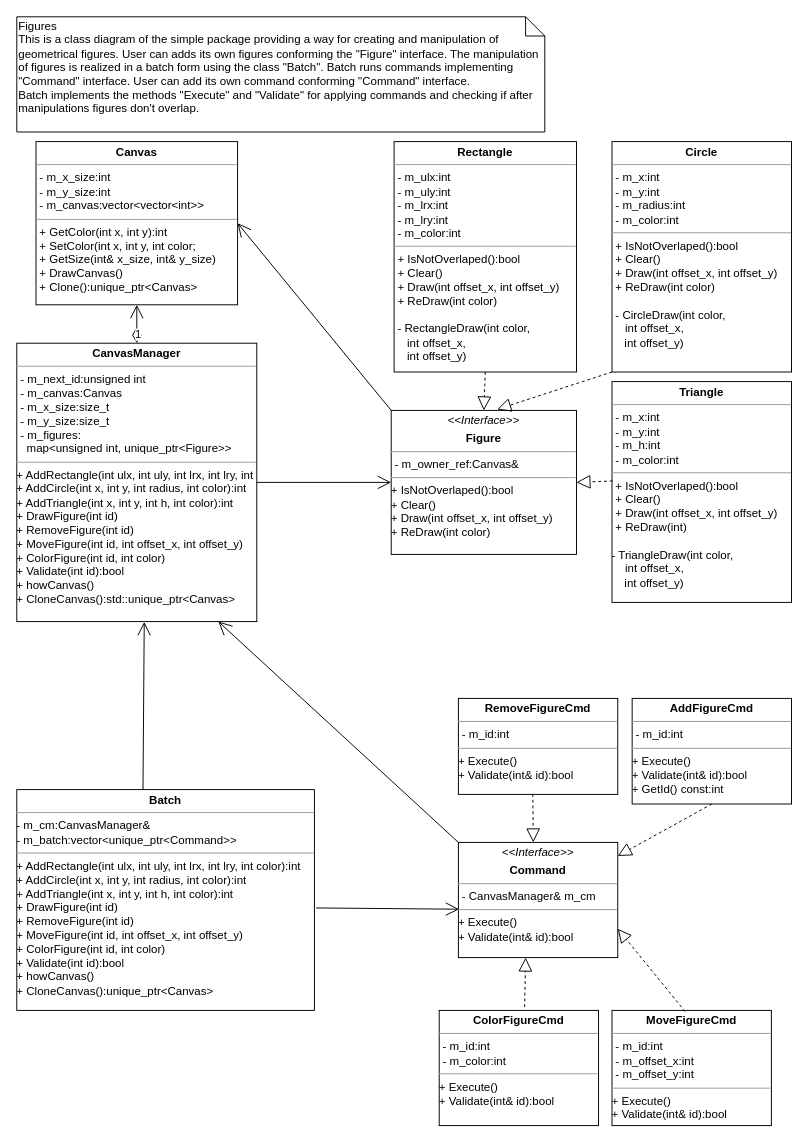
The draw.io diagram docs/figure_class.drawio in slawek-m/figures, before the edit. Source tidied: cells renumbered, new cells numbered last; positions are measured from the earlier drawing's top-left corner, leaving out a move shared by most shapes. Both pictures are drawn from the tidied source at 96%, with x=0, y=0 at pixel (16, 16).
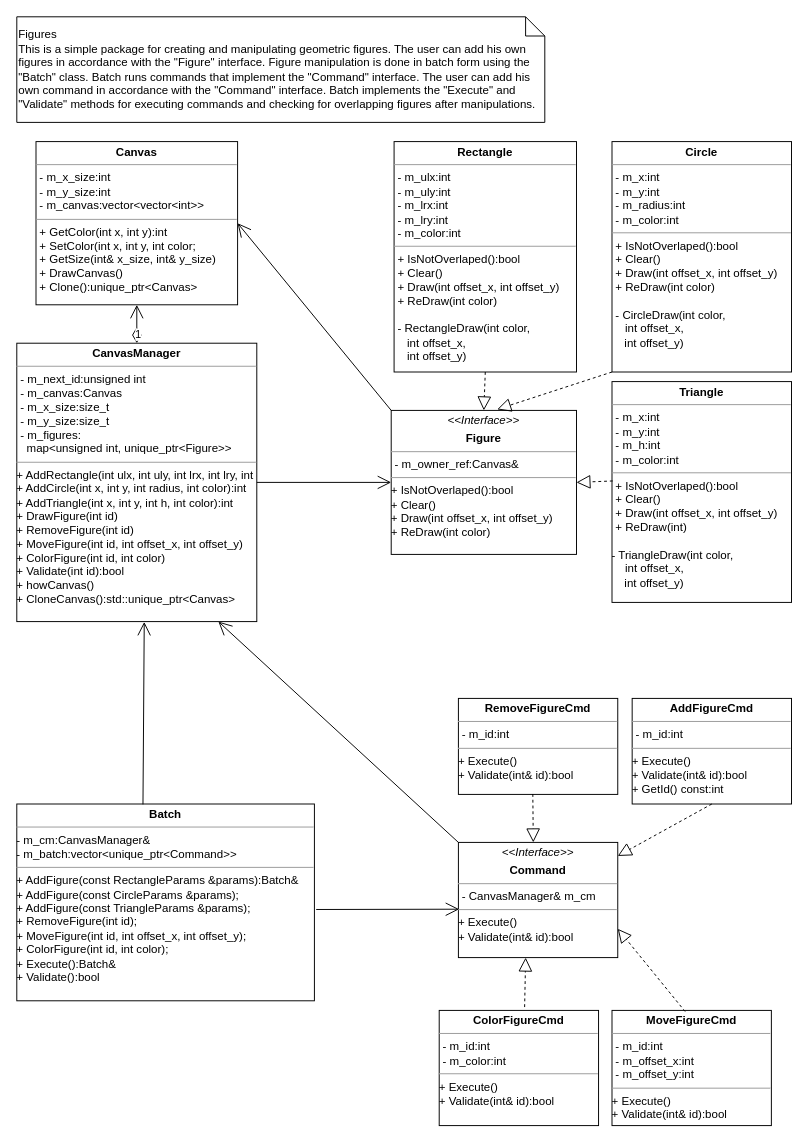
The same page after the edit.

What changed in the source:
```diff
@@
-    <mxCell id="23" value="&lt;p style=&quot;margin:0px;margin-top:4px;text-align:center;&quot;&gt;&lt;b&gt;Batch&lt;/b&gt;&lt;br&gt;&lt;/p&gt;&lt;hr size=&quot;1&quot;&gt;- m_cm:CanvasManager&amp;amp;&lt;br&gt;- m_batch:vector&amp;lt;unique_ptr&amp;lt;Command&amp;gt;&amp;gt;&lt;hr size=&quot;1&quot;&gt;+ AddRectangle(int ulx, int uly, int lrx, int lry, int color):int&lt;br&gt;+ AddCircle(int x, int y, int radius, int color):int&lt;br&gt;+ AddTriangle(int x, int y, int h, int color):int&lt;br&gt;+ DrawFigure(int id)&lt;br&gt;+ RemoveFigure(int id)&lt;br&gt;+ MoveFigure(int id, int offset_x, int offset_y)&lt;br&gt;+ ColorFigure(int id, int color)&lt;br&gt;+ Validate(int id):bool&lt;br&gt;+ howCanvas()&lt;br&gt;+ CloneCanvas():unique_ptr&amp;lt;Canvas&amp;gt;" style="verticalAlign=top;align=left;overflow=fill;fontSize=12;fontFamily=Helvetica;html=1;" parent="1" vertex="1">
-      <mxGeometry y="805" width="310" height="230" as="geometry" />
+    <mxCell id="23" value="&lt;p style=&quot;margin:0px;margin-top:4px;text-align:center;&quot;&gt;&lt;b&gt;Batch&lt;/b&gt;&lt;br&gt;&lt;/p&gt;&lt;hr size=&quot;1&quot;&gt;- m_cm:CanvasManager&amp;amp;&lt;br&gt;- m_batch:vector&amp;lt;unique_ptr&amp;lt;Command&amp;gt;&amp;gt;&lt;hr size=&quot;1&quot;&gt;+ AddFigure(const RectangleParams &amp;amp;params):Batch&amp;amp;&lt;br&gt;+ AddFigure(const CircleParams &amp;amp;params);&lt;br&gt;+ AddFigure(const TriangleParams &amp;amp;params);&lt;br&gt;+ RemoveFigure(int id);&lt;br&gt;+ MoveFigure(int id, int offset_x, int offset_y);&lt;br&gt;+ ColorFigure(int id, int color);&lt;br&gt;+ Execute():Batch&amp;amp;&lt;br&gt;+ Validate():bool" style="verticalAlign=top;align=left;overflow=fill;fontSize=12;fontFamily=Helvetica;html=1;" parent="1" vertex="1">
+      <mxGeometry y="820" width="310" height="205" as="geometry" />
     </mxCell>
@@
-    <mxCell id="27" value="&lt;div align=&quot;left&quot;&gt;Figures&lt;/div&gt;&lt;div align=&quot;left&quot;&gt;This is a class diagram of the simple package providing a way for creating and manipulation of geometrical figures. User can adds its own figures conforming the &quot;Figure&quot; interface. The manipulation of figures is realized in a batch form using the class &quot;Batch&quot;. Batch runs commands implementing &quot;Command&quot; interface. User can add its own command conforming &quot;Command&quot; interface.&lt;/div&gt;&lt;div align=&quot;left&quot;&gt;Batch implements the methods &quot;Execute&quot; and &quot;Validate&quot; for applying commands and checking if after manipulations figures don't overlap. &lt;br&gt;&lt;/div&gt;&lt;div align=&quot;left&quot;&gt;&lt;br&gt;&lt;/div&gt;" style="shape=note;size=20;whiteSpace=wrap;html=1;align=left;" parent="1" vertex="1">
-      <mxGeometry width="550" height="120" as="geometry" />
+    <mxCell id="27" value="&lt;div align=&quot;left&quot;&gt;Figures&lt;/div&gt;This is a simple package for creating and manipulating geometric figures. The user can add his own figures in accordance with the &quot;Figure&quot; interface. Figure manipulation is done in batch form using the &quot;Batch&quot; class. Batch runs commands that implement the &quot;Command&quot; interface. The user can add his own command in accordance with the &quot;Command&quot; interface. Batch implements the &quot;Execute&quot; and &quot;Validate&quot; methods for executing commands and checking for overlapping figures after manipulations." style="shape=note;size=20;whiteSpace=wrap;html=1;align=left;" parent="1" vertex="1">
+      <mxGeometry width="550" height="110" as="geometry" />
     </mxCell>
```
